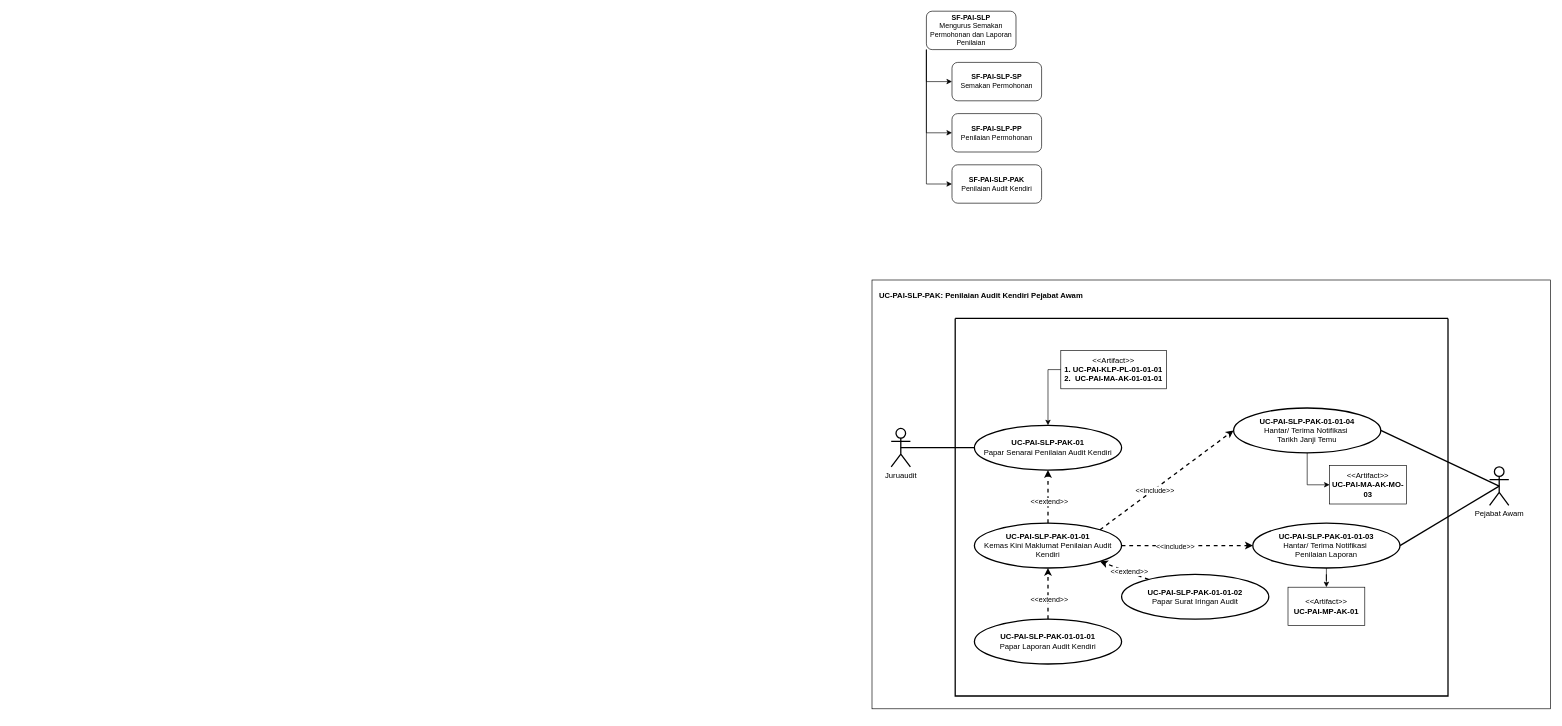
Earlier version of the draw.io diagram page "PenilaianAKendiri" (8 of 19) of 20260710 DFD_M02_V1.0.drawio (HykalZlkifly/DFD-M02). Source tidied: cells renumbered, new cells numbered last; positions are measured from the earlier drawing's top-left corner, leaving out a move shared by most shapes. Both pictures are drawn from the tidied source at 64%, with x=0, y=0 at pixel (872, 11).
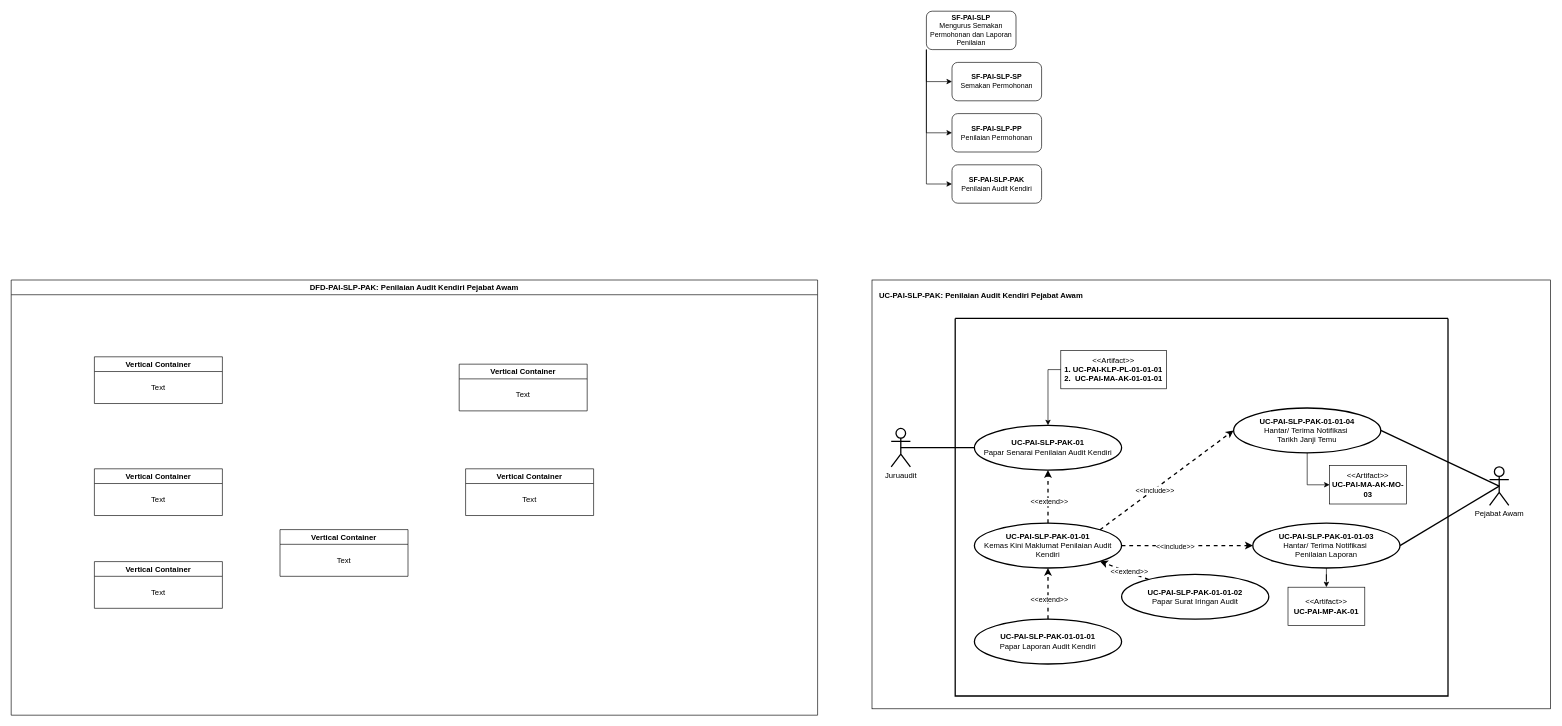
The same diagram, later.

The edit, as a diff of the source:
```diff
@@
+    <mxCell id="40" value="&lt;b style=&quot;border-color: var(--border-color); color: rgb(0, 0, 0); font-family: Helvetica; font-style: normal; font-variant-ligatures: normal; font-variant-caps: normal; letter-spacing: normal; text-align: center; text-indent: 0px; text-transform: none; word-spacing: 0px; -webkit-text-stroke-width: 0px; background-color: rgb(251, 251, 251); text-decoration-thickness: initial; text-decoration-style: initial; text-decoration-color: initial;&quot;&gt;DFD-PAI-SLP-PAK: Penilaian Audit Kendiri Pejabat Awam&lt;/b&gt;" style="swimlane;whiteSpace=wrap;html=1;" parent="1" vertex="1">
+      <mxGeometry x="-1345" y="420" width="1260" height="680" as="geometry" />
+    </mxCell>
+    <mxCell id="41" value="Vertical Container" style="swimlane;whiteSpace=wrap;html=1;" parent="40" vertex="1">
+      <mxGeometry x="130" y="120" width="200" height="73" as="geometry" />
+    </mxCell>
+    <mxCell id="42" value="Text" style="text;html=1;whiteSpace=wrap;strokeColor=none;fillColor=none;align=center;verticalAlign=middle;rounded=0;" parent="41" vertex="1">
+      <mxGeometry y="33" width="200" height="30" as="geometry" />
+    </mxCell>
+    <mxCell id="43" value="Vertical Container" style="swimlane;whiteSpace=wrap;html=1;" parent="40" vertex="1">
+      <mxGeometry x="130" y="295" width="200" height="73" as="geometry" />
+    </mxCell>
+    <mxCell id="44" value="Text" style="text;html=1;whiteSpace=wrap;strokeColor=none;fillColor=none;align=center;verticalAlign=middle;rounded=0;" parent="43" vertex="1">
+      <mxGeometry y="33" width="200" height="30" as="geometry" />
+    </mxCell>
+    <mxCell id="45" value="Vertical Container" style="swimlane;whiteSpace=wrap;html=1;" parent="40" vertex="1">
+      <mxGeometry x="130" y="440" width="200" height="73" as="geometry" />
+    </mxCell>
+    <mxCell id="46" value="Text" style="text;html=1;whiteSpace=wrap;strokeColor=none;fillColor=none;align=center;verticalAlign=middle;rounded=0;" parent="45" vertex="1">
+      <mxGeometry y="33" width="200" height="30" as="geometry" />
+    </mxCell>
+    <mxCell id="47" value="Vertical Container" style="swimlane;whiteSpace=wrap;html=1;" parent="40" vertex="1">
+      <mxGeometry x="420" y="390" width="200" height="73" as="geometry" />
+    </mxCell>
+    <mxCell id="48" value="Text" style="text;html=1;whiteSpace=wrap;strokeColor=none;fillColor=none;align=center;verticalAlign=middle;rounded=0;" parent="47" vertex="1">
+      <mxGeometry y="33" width="200" height="30" as="geometry" />
+    </mxCell>
+    <mxCell id="49" value="Vertical Container" style="swimlane;whiteSpace=wrap;html=1;" parent="40" vertex="1">
+      <mxGeometry x="710" y="295" width="200" height="73" as="geometry" />
+    </mxCell>
+    <mxCell id="50" value="Text" style="text;html=1;whiteSpace=wrap;strokeColor=none;fillColor=none;align=center;verticalAlign=middle;rounded=0;" parent="49" vertex="1">
+      <mxGeometry y="33" width="200" height="30" as="geometry" />
+    </mxCell>
+    <mxCell id="51" value="Vertical Container" style="swimlane;whiteSpace=wrap;html=1;" parent="40" vertex="1">
+      <mxGeometry x="700" y="131.5" width="200" height="73" as="geometry" />
+    </mxCell>
+    <mxCell id="52" value="Text" style="text;html=1;whiteSpace=wrap;strokeColor=none;fillColor=none;align=center;verticalAlign=middle;rounded=0;" parent="51" vertex="1">
+      <mxGeometry y="33" width="200" height="30" as="geometry" />
+    </mxCell>
```
